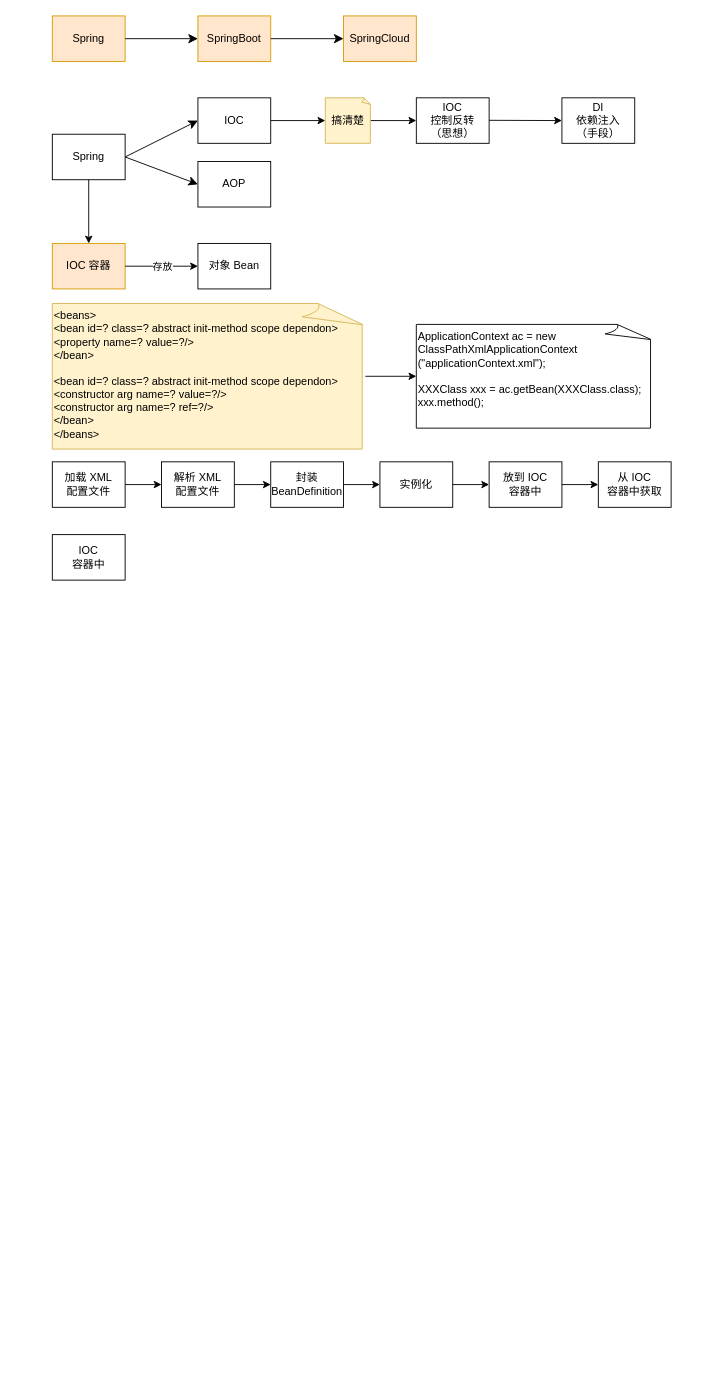
zhaolisong/UMLs keeps this draw.io diagram as read_code/Spring-001.drawio. Above is the earlier version. Source tidied: cells renumbered, new cells numbered last; positions are measured from the earlier drawing's top-left corner, leaving out a move shared by most shapes. Both pictures are drawn from the tidied source at 91%, with x=0, y=0 at pixel (52, 15).
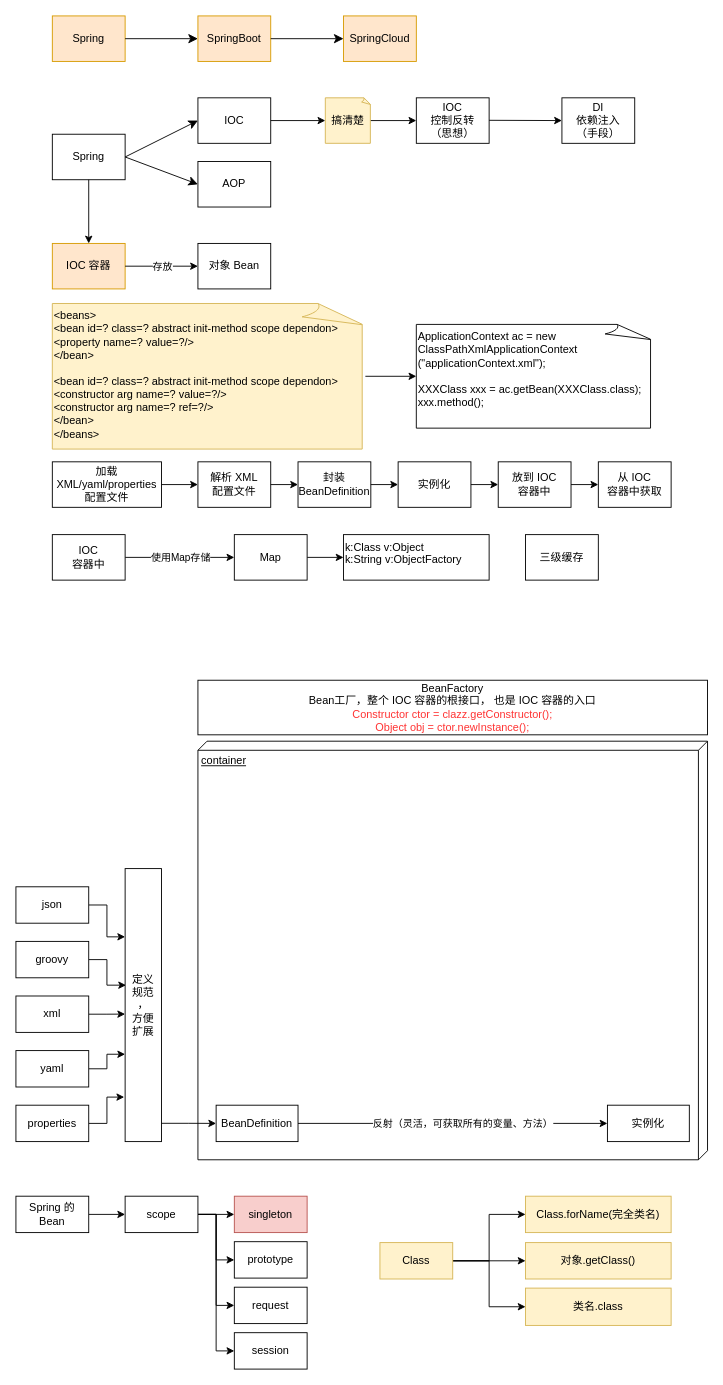
Above is the later version.

Unchanged cells that the change refers to:
```xml
<mxCell id="34" value="IOC&lt;br&gt;容器中" style="rounded=0;whiteSpace=wrap;html=1;" parent="1" vertex="1">
  <mxGeometry y="570" width="80" height="50" as="geometry" />
</mxCell>
```

What changed in the source:
```diff
@@
-    <mxCell id="23" value="加载 XML&lt;br&gt;配置文件" style="rounded=0;whiteSpace=wrap;html=1;" parent="1" vertex="1">
-      <mxGeometry y="490" width="80" height="50" as="geometry" />
+    <mxCell id="23" value="加载&lt;br&gt;XML/yaml/properties&lt;br&gt;配置文件" style="rounded=0;whiteSpace=wrap;html=1;" parent="1" vertex="1">
+      <mxGeometry y="490" width="120" height="50" as="geometry" />
     </mxCell>
     <mxCell id="24" value="解析 XML&lt;br&gt;配置文件" style="rounded=0;whiteSpace=wrap;html=1;" parent="1" vertex="1">
-      <mxGeometry x="120" y="490" width="80" height="50" as="geometry" />
+      <mxGeometry x="160" y="490" width="80" height="50" as="geometry" />
     </mxCell>
     <mxCell id="25" value="封装&lt;br&gt;BeanDefinition" style="rounded=0;whiteSpace=wrap;html=1;" parent="1" vertex="1">
-      <mxGeometry x="240" y="490" width="80" height="50" as="geometry" />
+      <mxGeometry x="270" y="490" width="80" height="50" as="geometry" />
     </mxCell>
     <mxCell id="26" value="实例化" style="rounded=0;whiteSpace=wrap;html=1;" parent="1" vertex="1">
-      <mxGeometry x="360" y="490" width="80" height="50" as="geometry" />
+      <mxGeometry x="380" y="490" width="80" height="50" as="geometry" />
     </mxCell>
     <mxCell id="27" value="放到 IOC&lt;br&gt;容器中" style="rounded=0;whiteSpace=wrap;html=1;" parent="1" vertex="1">
-      <mxGeometry x="480" y="490" width="80" height="50" as="geometry" />
+      <mxGeometry x="490" y="490" width="80" height="50" as="geometry" />
     </mxCell>
@@
+    <mxCell id="38" style="edgeStyle=orthogonalEdgeStyle;rounded=0;jettySize=auto;html=1;entryX=0;entryY=0.5;entryDx=0;entryDy=0;endArrow=classic;endFill=1;" parent="1" edge="1" source="34" target="41">
+      <mxGeometry relative="1" as="geometry" />
+    </mxCell>
+    <mxCell id="39" value="使用Map存储" style="edgeLabel;html=1;align=center;verticalAlign=middle;" parent="38" vertex="1">
+      <mxGeometry x="0.32" y="-2" relative="1" as="geometry">
+        <mxPoint x="-19" y="-2" as="offset" />
+      </mxGeometry>
+    </mxCell>
@@
+    <mxCell id="40" style="edgeStyle=orthogonalEdgeStyle;rounded=0;jettySize=auto;html=1;entryX=0;entryY=0.5;entryDx=0;entryDy=0;endArrow=classic;endFill=1;" parent="1" edge="1" source="41" target="42">
+      <mxGeometry relative="1" as="geometry" />
+    </mxCell>
+    <mxCell id="41" value="Map" style="rounded=0;whiteSpace=wrap;html=1;" parent="1" vertex="1">
+      <mxGeometry x="200" y="570" width="80" height="50" as="geometry" />
+    </mxCell>
+    <mxCell id="42" value="k:Class v:Object&lt;br&gt;k:String v:ObjectFactory" style="rounded=0;whiteSpace=wrap;html=1;align=left;verticalAlign=top;" parent="1" vertex="1">
+      <mxGeometry x="320" y="570" width="160" height="50" as="geometry" />
+    </mxCell>
+    <mxCell id="43" value="三级缓存" style="rounded=0;whiteSpace=wrap;html=1;" parent="1" vertex="1">
+      <mxGeometry x="520" y="570" width="80" height="50" as="geometry" />
+    </mxCell>
+    <mxCell id="44" value="container" style="verticalAlign=top;align=left;spacingTop=8;spacingLeft=2;spacingRight=12;shape=cube;size=10;direction=south;fontStyle=4;html=1;" parent="1" vertex="1">
+      <mxGeometry x="160" y="797" width="560" height="460" as="geometry" />
+    </mxCell>
+    <mxCell id="45" style="edgeStyle=orthogonalEdgeStyle;rounded=0;jettySize=auto;html=1;endArrow=classic;endFill=1;entryX=0.025;entryY=0.427;entryDx=0;entryDy=0;entryPerimeter=0;" parent="1" edge="1" source="46" target="56">
+      <mxGeometry relative="1" as="geometry" />
+    </mxCell>
+    <mxCell id="46" value="groovy" style="rounded=0;whiteSpace=wrap;html=1;" parent="1" vertex="1">
+      <mxGeometry x="-40" y="1017" width="80" height="40" as="geometry" />
+    </mxCell>
+    <mxCell id="47" style="edgeStyle=orthogonalEdgeStyle;rounded=0;jettySize=auto;html=1;entryX=0;entryY=0.533;entryDx=0;entryDy=0;entryPerimeter=0;endArrow=classic;endFill=1;" parent="1" edge="1" source="48" target="56">
+      <mxGeometry relative="1" as="geometry" />
+    </mxCell>
+    <mxCell id="48" value="xml" style="rounded=0;whiteSpace=wrap;html=1;" parent="1" vertex="1">
+      <mxGeometry x="-40" y="1077" width="80" height="40" as="geometry" />
+    </mxCell>
+    <mxCell id="49" style="edgeStyle=orthogonalEdgeStyle;rounded=0;jettySize=auto;html=1;entryX=0;entryY=0.68;entryDx=0;entryDy=0;endArrow=classic;endFill=1;entryPerimeter=0;" parent="1" edge="1" source="50" target="56">
+      <mxGeometry relative="1" as="geometry" />
+    </mxCell>
+    <mxCell id="50" value="yaml" style="rounded=0;whiteSpace=wrap;html=1;" parent="1" vertex="1">
+      <mxGeometry x="-40" y="1137" width="80" height="40" as="geometry" />
+    </mxCell>
+    <mxCell id="51" style="edgeStyle=orthogonalEdgeStyle;rounded=0;jettySize=auto;html=1;entryX=-0.025;entryY=0.837;entryDx=0;entryDy=0;endArrow=classic;endFill=1;entryPerimeter=0;" parent="1" edge="1" source="52" target="56">
+      <mxGeometry relative="1" as="geometry" />
+    </mxCell>
+    <mxCell id="52" value="properties" style="rounded=0;whiteSpace=wrap;html=1;" parent="1" vertex="1">
+      <mxGeometry x="-40" y="1197" width="80" height="40" as="geometry" />
+    </mxCell>
+    <mxCell id="53" style="edgeStyle=orthogonalEdgeStyle;rounded=0;jettySize=auto;html=1;endArrow=classic;endFill=1;entryX=0;entryY=0.25;entryDx=0;entryDy=0;" parent="1" edge="1" source="54" target="56">
+      <mxGeometry relative="1" as="geometry" />
+    </mxCell>
+    <mxCell id="54" value="json" style="rounded=0;whiteSpace=wrap;html=1;" parent="1" vertex="1">
+      <mxGeometry x="-40" y="957" width="80" height="40" as="geometry" />
+    </mxCell>
+    <mxCell id="55" style="edgeStyle=orthogonalEdgeStyle;rounded=0;jettySize=auto;html=1;entryX=0;entryY=0.5;entryDx=0;entryDy=0;endArrow=classic;endFill=1;exitX=0.975;exitY=0.933;exitDx=0;exitDy=0;exitPerimeter=0;" parent="1" edge="1" source="56" target="59">
+      <mxGeometry relative="1" as="geometry" />
+    </mxCell>
+    <mxCell id="56" value="定义&lt;br&gt;规范&lt;br&gt;，&lt;br&gt;方便&lt;br&gt;扩展" style="rounded=0;whiteSpace=wrap;html=1;" parent="1" vertex="1">
+      <mxGeometry x="80" y="937" width="40" height="300" as="geometry" />
+    </mxCell>
+    <mxCell id="57" style="edgeStyle=orthogonalEdgeStyle;rounded=0;jettySize=auto;html=1;endArrow=classic;endFill=1;entryX=0;entryY=0.5;entryDx=0;entryDy=0;" parent="1" edge="1" source="59" target="62">
+      <mxGeometry relative="1" as="geometry" />
+    </mxCell>
+    <mxCell id="58" value="反射（灵活，可获取所有的变量、方法）" style="edgeLabel;html=1;align=center;verticalAlign=middle;" parent="57" vertex="1">
+      <mxGeometry x="0.22" y="1" relative="1" as="geometry">
+        <mxPoint x="-27" y="1" as="offset" />
+      </mxGeometry>
+    </mxCell>
+    <mxCell id="59" value="BeanDefinition" style="rounded=0;whiteSpace=wrap;html=1;" parent="1" vertex="1">
+      <mxGeometry x="180" y="1197" width="90" height="40" as="geometry" />
+    </mxCell>
+    <mxCell id="60" style="edgeStyle=orthogonalEdgeStyle;rounded=0;jettySize=auto;html=1;endArrow=classic;endFill=1;" parent="1" edge="1" source="61" target="67">
+      <mxGeometry relative="1" as="geometry" />
+    </mxCell>
+    <mxCell id="61" value="Spring 的 Bean" style="rounded=0;whiteSpace=wrap;html=1;" parent="1" vertex="1">
+      <mxGeometry x="-40" y="1297" width="80" height="40" as="geometry" />
+    </mxCell>
+    <mxCell id="62" value="实例化" style="rounded=0;whiteSpace=wrap;html=1;" parent="1" vertex="1">
+      <mxGeometry x="610" y="1197" width="90" height="40" as="geometry" />
+    </mxCell>
+    <mxCell id="63" style="edgeStyle=orthogonalEdgeStyle;rounded=0;jettySize=auto;html=1;entryX=0;entryY=0.5;entryDx=0;entryDy=0;endArrow=classic;endFill=1;" parent="1" edge="1" source="67" target="68">
+      <mxGeometry relative="1" as="geometry" />
+    </mxCell>
+    <mxCell id="64" style="edgeStyle=orthogonalEdgeStyle;rounded=0;jettySize=auto;html=1;entryX=0;entryY=0.5;entryDx=0;entryDy=0;endArrow=classic;endFill=1;" parent="1" edge="1" source="67" target="69">
+      <mxGeometry relative="1" as="geometry" />
+    </mxCell>
+    <mxCell id="65" style="edgeStyle=orthogonalEdgeStyle;rounded=0;jettySize=auto;html=1;entryX=0;entryY=0.5;entryDx=0;entryDy=0;endArrow=classic;endFill=1;" parent="1" edge="1" source="67" target="70">
+      <mxGeometry relative="1" as="geometry" />
+    </mxCell>
+    <mxCell id="66" style="edgeStyle=orthogonalEdgeStyle;rounded=0;jettySize=auto;html=1;entryX=0;entryY=0.5;entryDx=0;entryDy=0;endArrow=classic;endFill=1;" parent="1" edge="1" source="67" target="71">
+      <mxGeometry relative="1" as="geometry" />
+    </mxCell>
+    <mxCell id="67" value="scope" style="rounded=0;whiteSpace=wrap;html=1;" parent="1" vertex="1">
+      <mxGeometry x="80" y="1297" width="80" height="40" as="geometry" />
+    </mxCell>
+    <mxCell id="68" value="singleton" style="rounded=0;whiteSpace=wrap;html=1;fillColor=#f8cecc;strokeColor=#b85450;" parent="1" vertex="1">
+      <mxGeometry x="200" y="1297" width="80" height="40" as="geometry" />
+    </mxCell>
+    <mxCell id="69" value="prototype" style="rounded=0;whiteSpace=wrap;html=1;" parent="1" vertex="1">
+      <mxGeometry x="200" y="1347" width="80" height="40" as="geometry" />
+    </mxCell>
+    <mxCell id="70" value="request" style="rounded=0;whiteSpace=wrap;html=1;" parent="1" vertex="1">
+      <mxGeometry x="200" y="1397" width="80" height="40" as="geometry" />
+    </mxCell>
+    <mxCell id="71" value="session" style="rounded=0;whiteSpace=wrap;html=1;" parent="1" vertex="1">
+      <mxGeometry x="200" y="1447" width="80" height="40" as="geometry" />
+    </mxCell>
+    <mxCell id="72" style="edgeStyle=orthogonalEdgeStyle;rounded=0;jettySize=auto;html=1;entryX=0;entryY=0.5;entryDx=0;entryDy=0;endArrow=classic;endFill=1;" parent="1" edge="1" source="75" target="76">
+      <mxGeometry relative="1" as="geometry" />
+    </mxCell>
+    <mxCell id="73" style="edgeStyle=orthogonalEdgeStyle;rounded=0;jettySize=auto;html=1;entryX=0;entryY=0.5;entryDx=0;entryDy=0;endArrow=classic;endFill=1;" parent="1" edge="1" source="75" target="77">
+      <mxGeometry relative="1" as="geometry" />
+    </mxCell>
+    <mxCell id="74" style="edgeStyle=orthogonalEdgeStyle;rounded=0;jettySize=auto;html=1;entryX=0;entryY=0.5;entryDx=0;entryDy=0;endArrow=classic;endFill=1;" parent="1" edge="1" source="75" target="78">
+      <mxGeometry relative="1" as="geometry" />
+    </mxCell>
+    <mxCell id="75" value="Class" style="rounded=0;whiteSpace=wrap;html=1;fillColor=#fff2cc;strokeColor=#d6b656;" parent="1" vertex="1">
+      <mxGeometry x="360" y="1348" width="80" height="40" as="geometry" />
+    </mxCell>
+    <mxCell id="76" value="Class.forName(完全类名)" style="rounded=0;whiteSpace=wrap;html=1;fillColor=#fff2cc;strokeColor=#d6b656;" parent="1" vertex="1">
+      <mxGeometry x="520" y="1297" width="160" height="40" as="geometry" />
+    </mxCell>
+    <mxCell id="77" value="对象.getClass()" style="rounded=0;whiteSpace=wrap;html=1;fillColor=#fff2cc;strokeColor=#d6b656;" parent="1" vertex="1">
+      <mxGeometry x="520" y="1348" width="160" height="40" as="geometry" />
+    </mxCell>
+    <mxCell id="78" value="类名.class" style="rounded=0;whiteSpace=wrap;html=1;fillColor=#fff2cc;strokeColor=#d6b656;" parent="1" vertex="1">
+      <mxGeometry x="520" y="1398" width="160" height="41" as="geometry" />
+    </mxCell>
+    <mxCell id="79" value="BeanFactory&lt;br&gt;Bean工厂，整个&amp;nbsp;IOC&amp;nbsp;容器的根接口， 也是 IOC 容器的入口&lt;br&gt;&lt;font color=&quot;#ff3333&quot;&gt;Constructor ctor = clazz.getConstructor();&lt;br&gt;Object obj = ctor.newInstance();&lt;/font&gt;" style="rounded=0;whiteSpace=wrap;html=1;" parent="1" vertex="1">
+      <mxGeometry x="160" y="730" width="560" height="60" as="geometry" />
+    </mxCell>
```
